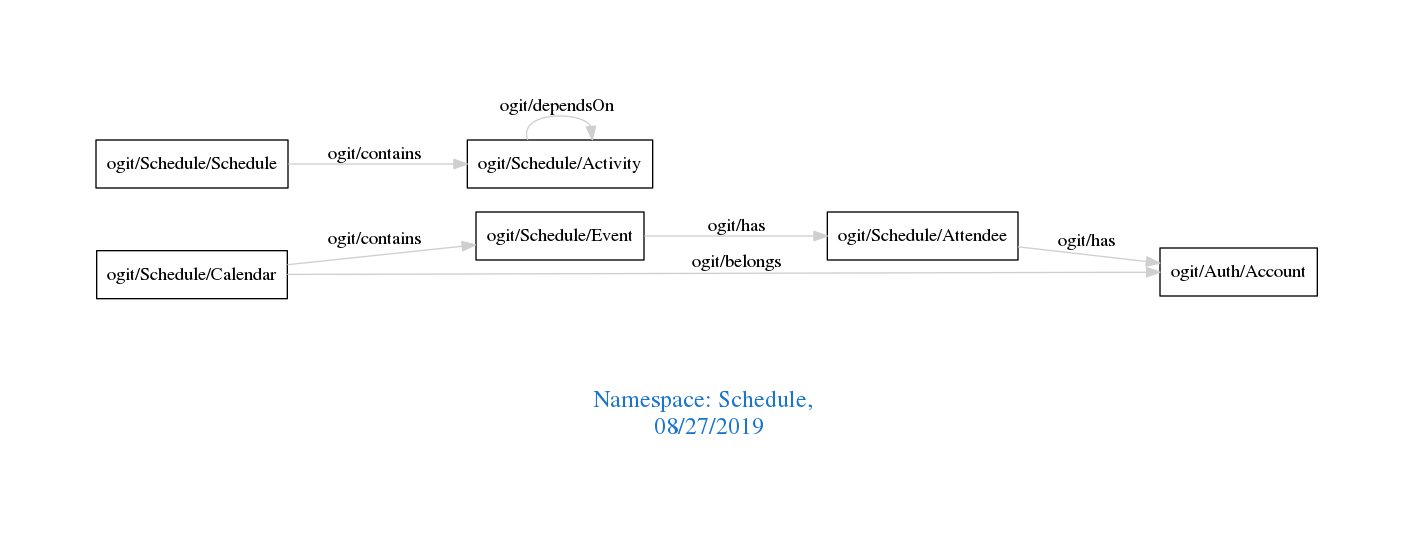
Above: downloads/Schedule.png in arago/OGIT (Graphviz), before the change. Its source is kept beside it as downloads/Schedule.dot.
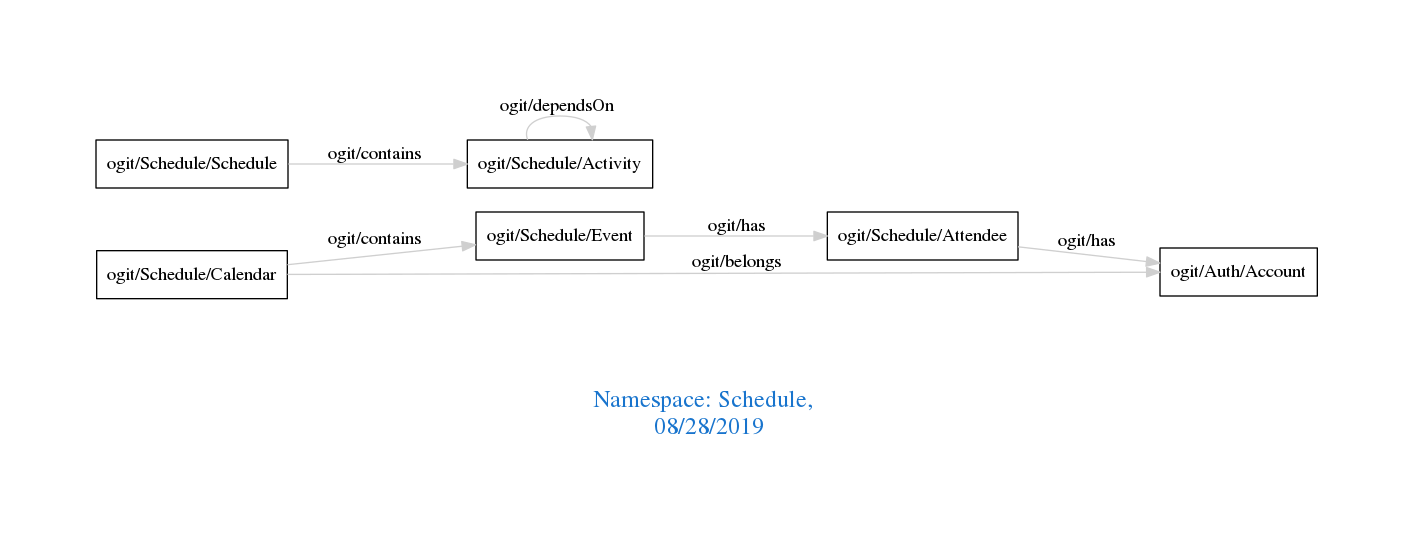
Later version of the same file.

The edit, as a diff of the source:
```diff
@@ -1,7 +1,7 @@
 digraph OGIT_ontology {
  graph [ rankdir= LR,pad=1
 fontsize = 18,
-fontcolor= dodgerblue3,label = "\n\n\nNamespace: Schedule, \n 08/27/2019"];
+fontcolor= dodgerblue3,label = "\n\n\nNamespace: Schedule, \n 08/28/2019"];
 node[shape=polygon];
 edge [  color="gray81"];
 
```
